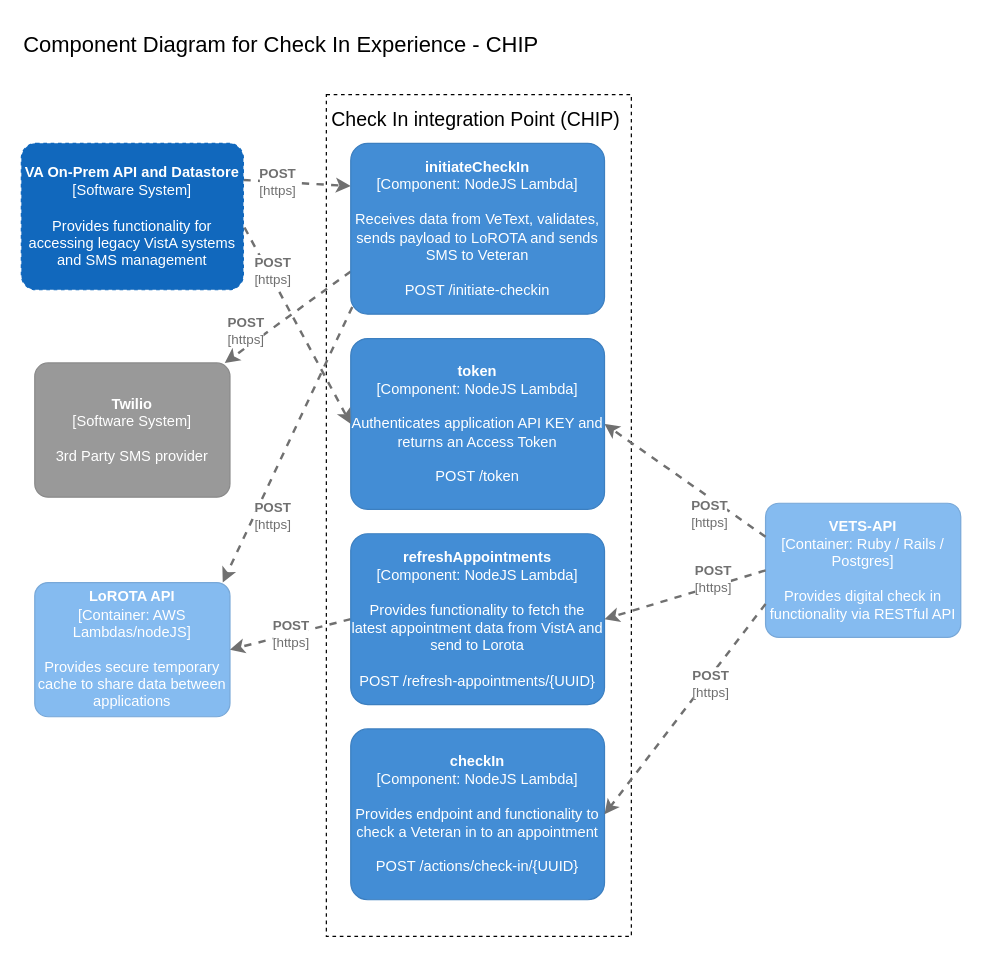
This is products/health-care/checkin/engineering/architecture-diagrams/componentDiagram_CHIP_checkInExp.drawio from department-of-veterans-affairs/va.gov-team, a draw.io file, before an edit. Source tidied: cells renumbered, new cells numbered last; positions are measured from the earlier drawing's top-left corner, leaving out a move shared by most shapes. Both pictures are drawn from the tidied source at 122%, with x=0, y=0 at pixel (21, 21).
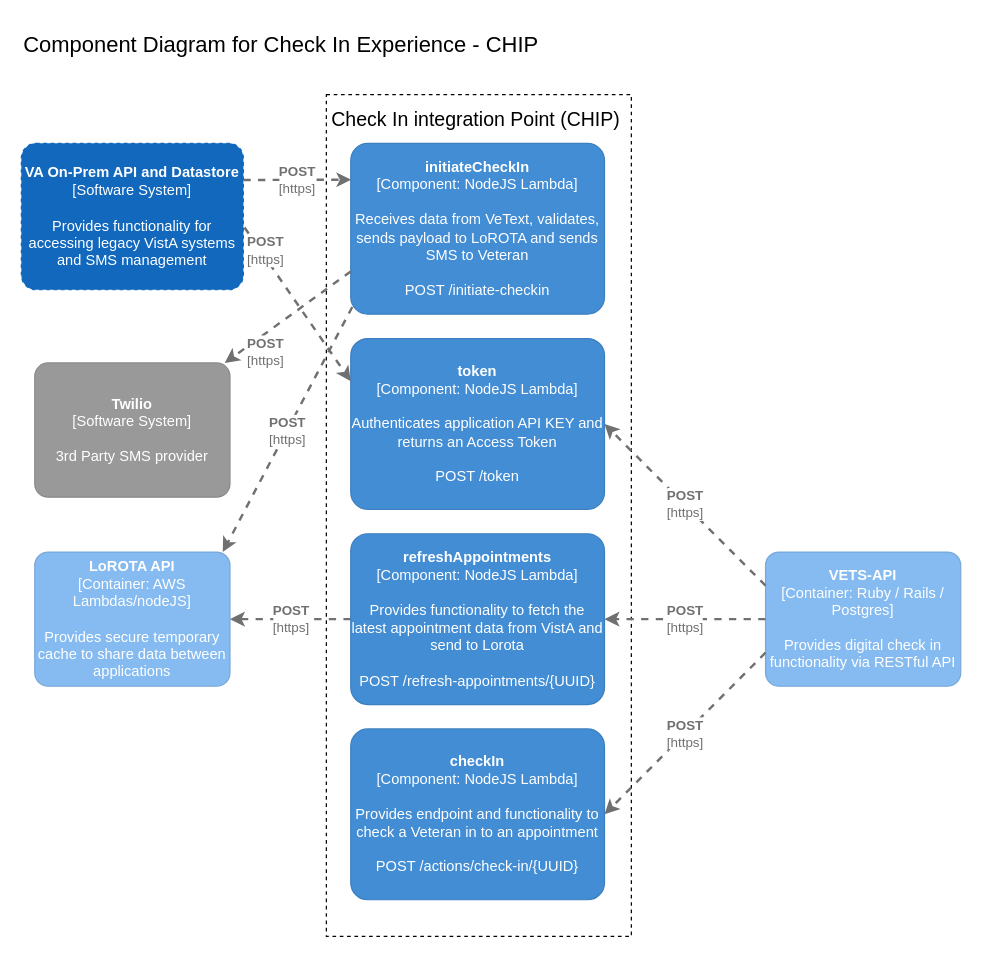
The same page after the edit.

Change to the diagram source:
```diff
@@
-    <mxCell id="1" parent="0" />
+    <mxCell id="21" parent="0" />
-    <mxCell id="2" style="rounded=0;whiteSpace=wrap;html=1;dashed=1;" parent="1" vertex="1">
+    <mxCell id="2" style="rounded=0;whiteSpace=wrap;html=1;dashed=1;" parent="21" vertex="1">
       <mxGeometry x="250" y="60" width="250" height="690" as="geometry" />
     </mxCell>
-    <mxCell id="3" value="&lt;font style=&quot;font-size: 18px&quot;&gt;Component Diagram for Check In Experience - CHIP&lt;/font&gt;" style="text;html=1;strokeColor=none;fillColor=none;align=left;verticalAlign=middle;whiteSpace=wrap;rounded=0;dashed=1;" parent="1" vertex="1">
+    <mxCell id="3" value="&lt;font style=&quot;font-size: 18px&quot;&gt;Component Diagram for Check In Experience - CHIP&lt;/font&gt;" style="text;html=1;strokeColor=none;fillColor=none;align=left;verticalAlign=middle;whiteSpace=wrap;rounded=0;dashed=1;" parent="21" vertex="1">
       <mxGeometry width="540" height="40" as="geometry" />
     </mxCell>
-    <mxCell id="4" value="Check In integration Point (CHIP)&amp;nbsp;" style="text;html=1;strokeColor=none;fillColor=none;align=center;verticalAlign=middle;whiteSpace=wrap;rounded=0;dashed=1;fontSize=16;" parent="1" vertex="1">
+    <mxCell id="4" value="Check In integration Point (CHIP)&amp;nbsp;" style="text;html=1;strokeColor=none;fillColor=none;align=center;verticalAlign=middle;whiteSpace=wrap;rounded=0;dashed=1;fontSize=16;" parent="21" vertex="1">
       <mxGeometry x="250" y="70" width="250.4" height="20" as="geometry" />
     </mxCell>
     <object id="5" label="&lt;b&gt;%c4Name%&lt;/b&gt;&lt;div&gt;[%c4Type%: %c4Technology%]&lt;/div&gt;&lt;br&gt;&lt;div&gt;%c4Description%&lt;/div&gt;" c4Description="Provides digital check in functionality via RESTful API" c4Name="VETS-API" c4Technology="Ruby / Rails / Postgres" c4Type="Container" placeholders="1">
-      <mxCell style="rounded=1;whiteSpace=wrap;html=1;labelBackgroundColor=none;fillColor=#85BBF0;fontColor=#ffffff;align=center;arcSize=10;strokeColor=#78A8D8;metaData={&quot;c4Type&quot;:{&quot;editable&quot;:false}};points=[[0.25,0,0],[0.5,0,0],[0.75,0,0],[1,0.25,0],[1,0.5,0],[1,0.75,0],[0.75,1,0],[0.5,1,0],[0.25,1,0],[0,0.75,0],[0,0.5,0],[0,0.25,0]];" parent="1" vertex="1">
-        <mxGeometry x="610" y="395" width="160" height="110" as="geometry" />
+      <mxCell style="rounded=1;whiteSpace=wrap;html=1;labelBackgroundColor=none;fillColor=#85BBF0;fontColor=#ffffff;align=center;arcSize=10;strokeColor=#78A8D8;metaData={&quot;c4Type&quot;:{&quot;editable&quot;:false}};points=[[0.25,0,0],[0.5,0,0],[0.75,0,0],[1,0.25,0],[1,0.5,0],[1,0.75,0],[0.75,1,0],[0.5,1,0],[0.25,1,0],[0,0.75,0],[0,0.5,0],[0,0.25,0]];" parent="21" vertex="1">
+        <mxGeometry x="610" y="435" width="160" height="110" as="geometry" />
       </mxCell>
     </object>
     <object id="6" label="&lt;b&gt;%c4Name%&lt;/b&gt;&lt;div&gt;[%c4Type%: %c4Technology%]&lt;/div&gt;&lt;br&gt;&lt;div&gt;%c4Description%&lt;/div&gt;" c4Description="Provides secure temporary cache to share data between applications" c4Name="LoROTA API" c4Technology="AWS Lambdas/nodeJS" c4Type="Container" placeholders="1">
-      <mxCell style="rounded=1;whiteSpace=wrap;html=1;labelBackgroundColor=none;fillColor=#85BBF0;fontColor=#ffffff;align=center;arcSize=10;strokeColor=#78A8D8;metaData={&quot;c4Type&quot;:{&quot;editable&quot;:false}};points=[[0.25,0,0],[0.5,0,0],[0.75,0,0],[1,0.25,0],[1,0.5,0],[1,0.75,0],[0.75,1,0],[0.5,1,0],[0.25,1,0],[0,0.75,0],[0,0.5,0],[0,0.25,0]];" parent="1" vertex="1">
-        <mxGeometry x="11" y="460" width="160" height="110" as="geometry" />
+      <mxCell style="rounded=1;whiteSpace=wrap;html=1;labelBackgroundColor=none;fillColor=#85BBF0;fontColor=#ffffff;align=center;arcSize=10;strokeColor=#78A8D8;metaData={&quot;c4Type&quot;:{&quot;editable&quot;:false}};points=[[0.25,0,0],[0.5,0,0],[0.75,0,0],[1,0.25,0],[1,0.5,0],[1,0.75,0],[0.75,1,0],[0.5,1,0],[0.25,1,0],[0,0.75,0],[0,0.5,0],[0,0.25,0]];" parent="21" vertex="1">
+        <mxGeometry x="11" y="435" width="160" height="110" as="geometry" />
       </mxCell>
     </object>
     <object id="7" label="&lt;div style=&quot;text-align: left&quot;&gt;&lt;div style=&quot;text-align: center&quot;&gt;&lt;b&gt;%c4Description%&lt;/b&gt;&lt;/div&gt;&lt;div style=&quot;text-align: center&quot;&gt;[%c4Technology%]&lt;/div&gt;&lt;/div&gt;" c4Description="POST" c4Technology="https" placeholders="1">
-      <mxCell style="edgeStyle=none;rounded=0;html=1;jettySize=auto;strokeColor=#707070;strokeWidth=2;fontColor=#707070;jumpStyle=none;dashed=1;metaData={&quot;c4Type&quot;:{&quot;editable&quot;:false}};exitX=0;exitY=0.25;exitDx=0;exitDy=0;exitPerimeter=0;entryX=1;entryY=0.5;entryDx=0;entryDy=0;entryPerimeter=0;" parent="1" edge="1" source="5" target="14">
-        <mxGeometry x="-0.4" y="11" relative="1" as="geometry" />
+      <mxCell style="edgeStyle=none;rounded=0;html=1;jettySize=auto;strokeColor=#707070;strokeWidth=2;fontColor=#707070;jumpStyle=none;dashed=1;metaData={&quot;c4Type&quot;:{&quot;editable&quot;:false}};exitX=0;exitY=0.25;exitDx=0;exitDy=0;exitPerimeter=0;entryX=1;entryY=0.5;entryDx=0;entryDy=0;entryPerimeter=0;" parent="21" edge="1" source="5" target="14">
+        <mxGeometry x="40" y="20" as="geometry" />
       </mxCell>
     </object>
     <object id="8" label="&lt;div style=&quot;text-align: left&quot;&gt;&lt;div style=&quot;text-align: center&quot;&gt;&lt;b&gt;%c4Description%&lt;/b&gt;&lt;/div&gt;&lt;div style=&quot;text-align: center&quot;&gt;[%c4Technology%]&lt;/div&gt;&lt;/div&gt;" c4Description="POST" c4Technology="https" placeholders="1">
-      <mxCell style="edgeStyle=none;rounded=0;html=1;entryX=1;entryY=0.5;jettySize=auto;strokeColor=#707070;strokeWidth=2;fontColor=#707070;jumpStyle=none;dashed=1;metaData={&quot;c4Type&quot;:{&quot;editable&quot;:false}};entryDx=0;entryDy=0;entryPerimeter=0;exitX=0;exitY=0.5;exitDx=0;exitDy=0;exitPerimeter=0;" parent="1" edge="1" source="13" target="6">
-        <mxGeometry relative="1" as="geometry" />
+      <mxCell style="edgeStyle=none;rounded=0;html=1;entryX=1;entryY=0.5;jettySize=auto;strokeColor=#707070;strokeWidth=2;fontColor=#707070;jumpStyle=none;dashed=1;metaData={&quot;c4Type&quot;:{&quot;editable&quot;:false}};entryDx=0;entryDy=0;entryPerimeter=0;exitX=0;exitY=0.5;exitDx=0;exitDy=0;exitPerimeter=0;" parent="21" edge="1" source="13" target="6">
+        <mxGeometry x="40" y="20" as="geometry" />
       </mxCell>
     </object>
+    <object id="10" label="&lt;b&gt;%c4Name%&lt;/b&gt;&lt;div&gt;[%c4Type%]&lt;/div&gt;&lt;br&gt;&lt;div&gt;%c4Description%&lt;/div&gt;" c4Description="3rd Party SMS provider" c4Name="Twilio" c4Type="Software System" placeholders="1">
+      <mxCell style="rounded=1;whiteSpace=wrap;html=1;labelBackgroundColor=none;fillColor=#999999;fontColor=#ffffff;align=center;arcSize=10;strokeColor=#8A8A8A;metaData={&quot;c4Type&quot;:{&quot;editable&quot;:false}};points=[[0.25,0,0],[0.5,0,0],[0.75,0,0],[1,0.25,0],[1,0.5,0],[1,0.75,0],[0.75,1,0],[0.5,1,0],[0.25,1,0],[0,0.75,0],[0,0.5,0],[0,0.25,0]];" parent="21" vertex="1">
+        <mxGeometry x="11" y="280" width="160" height="110" as="geometry" />
+      </mxCell>
+    </object>
+    <object id="12" label="&lt;b&gt;%c4Name%&lt;/b&gt;&lt;div&gt;[%c4Type%: %c4Technology%]&lt;/div&gt;&lt;br&gt;&lt;div&gt;%c4Description%&lt;/div&gt;" c4Description="Receives data from VeText, validates, sends payload to LoROTA and sends SMS to Veteran&#10;&#10;POST /initiate-checkin" c4Name="initiateCheckIn" c4Technology="NodeJS Lambda" c4Type="Component" placeholders="1">
+      <mxCell style="rounded=1;whiteSpace=wrap;html=1;labelBackgroundColor=none;fillColor=#438DD5;fontColor=#ffffff;align=center;arcSize=10;strokeColor=#3C7FC0;metaData={&quot;c4Type&quot;:{&quot;editable&quot;:false}};points=[[0.25,0,0],[0.5,0,0],[0.75,0,0],[1,0.25,0],[1,0.5,0],[1,0.75,0],[0.75,1,0],[0.5,1,0],[0.25,1,0],[0,0.75,0],[0,0.5,0],[0,0.25,0]];" parent="21" vertex="1">
+        <mxGeometry x="270" y="100" width="208" height="140" as="geometry" />
+      </mxCell>
+    </object>
     <object id="9" label="&lt;div style=&quot;text-align: left&quot;&gt;&lt;div style=&quot;text-align: center&quot;&gt;&lt;b&gt;%c4Description%&lt;/b&gt;&lt;/div&gt;&lt;div style=&quot;text-align: center&quot;&gt;[%c4Technology%]&lt;/div&gt;&lt;/div&gt;" c4Description="POST" c4Technology="https" placeholders="1">
-      <mxCell style="edgeStyle=none;rounded=0;html=1;jettySize=auto;strokeColor=#707070;strokeWidth=2;fontColor=#707070;jumpStyle=none;dashed=1;metaData={&quot;c4Type&quot;:{&quot;editable&quot;:false}};exitX=0;exitY=0.75;exitDx=0;exitDy=0;exitPerimeter=0;" parent="1" edge="1" source="12" target="10">
-        <mxGeometry x="0.53" y="-11" relative="1" as="geometry" />
+      <mxCell style="edgeStyle=none;rounded=0;html=1;jettySize=auto;strokeColor=#707070;strokeWidth=2;fontColor=#707070;jumpStyle=none;dashed=1;metaData={&quot;c4Type&quot;:{&quot;editable&quot;:false}};exitX=0;exitY=0.75;exitDx=0;exitDy=0;exitPerimeter=0;" parent="21" edge="1" source="12" target="10">
+        <mxGeometry as="geometry">
+          <mxPoint x="-18" y="28" as="offset" />
+        </mxGeometry>
       </mxCell>
     </object>
-    <object id="10" label="&lt;b&gt;%c4Name%&lt;/b&gt;&lt;div&gt;[%c4Type%]&lt;/div&gt;&lt;br&gt;&lt;div&gt;%c4Description%&lt;/div&gt;" c4Description="3rd Party SMS provider" c4Name="Twilio" c4Type="Software System" placeholders="1">
-      <mxCell style="rounded=1;whiteSpace=wrap;html=1;labelBackgroundColor=none;fillColor=#999999;fontColor=#ffffff;align=center;arcSize=10;strokeColor=#8A8A8A;metaData={&quot;c4Type&quot;:{&quot;editable&quot;:false}};points=[[0.25,0,0],[0.5,0,0],[0.75,0,0],[1,0.25,0],[1,0.5,0],[1,0.75,0],[0.75,1,0],[0.5,1,0],[0.25,1,0],[0,0.75,0],[0,0.5,0],[0,0.25,0]];" parent="1" vertex="1">
-        <mxGeometry x="11" y="280" width="160" height="110" as="geometry" />
-      </mxCell>
-    </object>
-    <object id="11" label="&lt;div style=&quot;text-align: left&quot;&gt;&lt;div style=&quot;text-align: center&quot;&gt;&lt;b&gt;%c4Description%&lt;/b&gt;&lt;/div&gt;&lt;div style=&quot;text-align: center&quot;&gt;[%c4Technology%]&lt;/div&gt;&lt;/div&gt;" c4Description="POST" c4Technology="https" placeholders="1">
-      <mxCell style="edgeStyle=none;rounded=0;html=1;jettySize=auto;strokeColor=#707070;strokeWidth=2;fontColor=#707070;jumpStyle=none;dashed=1;metaData={&quot;c4Type&quot;:{&quot;editable&quot;:false}};exitX=1;exitY=0.25;exitDx=0;exitDy=0;exitPerimeter=0;entryX=0;entryY=0.25;entryDx=0;entryDy=0;entryPerimeter=0;" parent="1" edge="1" source="16" target="12">
-        <mxGeometry x="-0.36" relative="1" as="geometry" />
-      </mxCell>
-    </object>
-    <object id="12" label="&lt;b&gt;%c4Name%&lt;/b&gt;&lt;div&gt;[%c4Type%: %c4Technology%]&lt;/div&gt;&lt;br&gt;&lt;div&gt;%c4Description%&lt;/div&gt;" c4Description="Receives data from VeText, validates, sends payload to LoROTA and sends SMS to Veteran&#10;&#10;POST /initiate-checkin" c4Name="initiateCheckIn" c4Technology="NodeJS Lambda" c4Type="Component" placeholders="1">
-      <mxCell style="rounded=1;whiteSpace=wrap;html=1;labelBackgroundColor=none;fillColor=#438DD5;fontColor=#ffffff;align=center;arcSize=10;strokeColor=#3C7FC0;metaData={&quot;c4Type&quot;:{&quot;editable&quot;:false}};points=[[0.25,0,0],[0.5,0,0],[0.75,0,0],[1,0.25,0],[1,0.5,0],[1,0.75,0],[0.75,1,0],[0.5,1,0],[0.25,1,0],[0,0.75,0],[0,0.5,0],[0,0.25,0]];" parent="1" vertex="1">
-        <mxGeometry x="270" y="100" width="208" height="140" as="geometry" />
-      </mxCell>
-    </object>
     <object id="13" label="&lt;b&gt;%c4Name%&lt;/b&gt;&lt;div&gt;[%c4Type%: %c4Technology%]&lt;/div&gt;&lt;br&gt;&lt;div&gt;%c4Description%&lt;/div&gt;" c4Description="Provides functionality to fetch the latest appointment data from VistA and send to Lorota&#10;&#10;POST /refresh-appointments/{UUID}" c4Name="refreshAppointments" c4Technology="NodeJS Lambda" c4Type="Component" placeholders="1">
-      <mxCell style="rounded=1;whiteSpace=wrap;html=1;labelBackgroundColor=none;fillColor=#438DD5;fontColor=#ffffff;align=center;arcSize=10;strokeColor=#3C7FC0;metaData={&quot;c4Type&quot;:{&quot;editable&quot;:false}};points=[[0.25,0,0],[0.5,0,0],[0.75,0,0],[1,0.25,0],[1,0.5,0],[1,0.75,0],[0.75,1,0],[0.5,1,0],[0.25,1,0],[0,0.75,0],[0,0.5,0],[0,0.25,0]];" parent="1" vertex="1">
+      <mxCell style="rounded=1;whiteSpace=wrap;html=1;labelBackgroundColor=none;fillColor=#438DD5;fontColor=#ffffff;align=center;arcSize=10;strokeColor=#3C7FC0;metaData={&quot;c4Type&quot;:{&quot;editable&quot;:false}};points=[[0.25,0,0],[0.5,0,0],[0.75,0,0],[1,0.25,0],[1,0.5,0],[1,0.75,0],[0.75,1,0],[0.5,1,0],[0.25,1,0],[0,0.75,0],[0,0.5,0],[0,0.25,0]];" parent="21" vertex="1">
         <mxGeometry x="270" y="420" width="208" height="140" as="geometry" />
       </mxCell>
     </object>
     <object id="14" label="&lt;b&gt;%c4Name%&lt;/b&gt;&lt;div&gt;[%c4Type%: %c4Technology%]&lt;/div&gt;&lt;br&gt;&lt;div&gt;%c4Description%&lt;/div&gt;" c4Description="Authenticates application API KEY and returns an Access Token&#10;&#10;POST /token " c4Name="token" c4Technology="NodeJS Lambda" c4Type="Component" placeholders="1">
-      <mxCell style="rounded=1;whiteSpace=wrap;html=1;labelBackgroundColor=none;fillColor=#438DD5;fontColor=#ffffff;align=center;arcSize=10;strokeColor=#3C7FC0;metaData={&quot;c4Type&quot;:{&quot;editable&quot;:false}};points=[[0.25,0,0],[0.5,0,0],[0.75,0,0],[1,0.25,0],[1,0.5,0],[1,0.75,0],[0.75,1,0],[0.5,1,0],[0.25,1,0],[0,0.75,0],[0,0.5,0],[0,0.25,0]];" parent="1" vertex="1">
+      <mxCell style="rounded=1;whiteSpace=wrap;html=1;labelBackgroundColor=none;fillColor=#438DD5;fontColor=#ffffff;align=center;arcSize=10;strokeColor=#3C7FC0;metaData={&quot;c4Type&quot;:{&quot;editable&quot;:false}};points=[[0.25,0,0],[0.5,0,0],[0.75,0,0],[1,0.25,0],[1,0.5,0],[1,0.75,0],[0.75,1,0],[0.5,1,0],[0.25,1,0],[0,0.75,0],[0,0.5,0],[0,0.25,0]];" parent="21" vertex="1">
         <mxGeometry x="270" y="260" width="208" height="140" as="geometry" />
       </mxCell>
     </object>
     <object id="15" label="&lt;b&gt;%c4Name%&lt;/b&gt;&lt;div&gt;[%c4Type%: %c4Technology%]&lt;/div&gt;&lt;br&gt;&lt;div&gt;%c4Description%&lt;/div&gt;" c4Description="Provides endpoint and functionality to check a Veteran in to an appointment&#10;&#10;POST /actions/check-in/{UUID}" c4Name="checkIn" c4Technology="NodeJS Lambda" c4Type="Component" placeholders="1">
-      <mxCell style="rounded=1;whiteSpace=wrap;html=1;labelBackgroundColor=none;fillColor=#438DD5;fontColor=#ffffff;align=center;arcSize=10;strokeColor=#3C7FC0;metaData={&quot;c4Type&quot;:{&quot;editable&quot;:false}};points=[[0.25,0,0],[0.5,0,0],[0.75,0,0],[1,0.25,0],[1,0.5,0],[1,0.75,0],[0.75,1,0],[0.5,1,0],[0.25,1,0],[0,0.75,0],[0,0.5,0],[0,0.25,0]];" parent="1" vertex="1">
+      <mxCell style="rounded=1;whiteSpace=wrap;html=1;labelBackgroundColor=none;fillColor=#438DD5;fontColor=#ffffff;align=center;arcSize=10;strokeColor=#3C7FC0;metaData={&quot;c4Type&quot;:{&quot;editable&quot;:false}};points=[[0.25,0,0],[0.5,0,0],[0.75,0,0],[1,0.25,0],[1,0.5,0],[1,0.75,0],[0.75,1,0],[0.5,1,0],[0.25,1,0],[0,0.75,0],[0,0.5,0],[0,0.25,0]];" parent="21" vertex="1">
         <mxGeometry x="270" y="580" width="208" height="140" as="geometry" />
       </mxCell>
     </object>
     <object id="16" label="&lt;b&gt;%c4Name%&lt;/b&gt;&lt;div&gt;[%c4Type%]&lt;/div&gt;&lt;br&gt;&lt;div&gt;%c4Description%&lt;/div&gt;" c4Description="Provides functionality for accessing legacy VistA systems and SMS management" c4Name="VA On-Prem API and Datastore" c4Type="Software System" placeholders="1">
-      <mxCell style="rounded=1;whiteSpace=wrap;html=1;labelBackgroundColor=none;fillColor=#1168BD;fontColor=#ffffff;align=center;arcSize=10;strokeColor=#1168BD;metaData={&quot;c4Type&quot;:{&quot;editable&quot;:false}};points=[[0.25,0,0],[0.5,0,0],[0.75,0,0],[1,0.25,0],[1,0.5,0],[1,0.75,0],[0.75,1,0],[0.5,1,0],[0.25,1,0],[0,0.75,0],[0,0.5,0],[0,0.25,0]];dashed=1;" parent="1" vertex="1">
+      <mxCell style="rounded=1;whiteSpace=wrap;html=1;labelBackgroundColor=none;fillColor=#1168BD;fontColor=#ffffff;align=center;arcSize=10;strokeColor=#1168BD;metaData={&quot;c4Type&quot;:{&quot;editable&quot;:false}};points=[[0.25,0,0],[0.5,0,0],[0.75,0,0],[1,0.25,0],[1,0.5,0],[1,0.75,0],[0.75,1,0],[0.5,1,0],[0.25,1,0],[0,0.75,0],[0,0.5,0],[0,0.25,0]];dashed=1;" parent="21" vertex="1">
         <mxGeometry y="100" width="182" height="120" as="geometry" />
       </mxCell>
     </object>
     <object id="17" label="&lt;div style=&quot;text-align: left&quot;&gt;&lt;div style=&quot;text-align: center&quot;&gt;&lt;b&gt;%c4Description%&lt;/b&gt;&lt;/div&gt;&lt;div style=&quot;text-align: center&quot;&gt;[%c4Technology%]&lt;/div&gt;&lt;/div&gt;" c4Description="POST" c4Technology="https" placeholders="1">
-      <mxCell style="edgeStyle=none;rounded=0;html=1;jettySize=auto;strokeColor=#707070;strokeWidth=2;fontColor=#707070;jumpStyle=none;dashed=1;metaData={&quot;c4Type&quot;:{&quot;editable&quot;:false}};exitX=1.005;exitY=0.575;exitDx=0;exitDy=0;exitPerimeter=0;entryX=0;entryY=0.5;entryDx=0;entryDy=0;entryPerimeter=0;" parent="1" edge="1" source="16" target="14">
-        <mxGeometry x="-0.54" y="3" relative="1" as="geometry" />
+      <mxCell style="edgeStyle=none;rounded=0;html=1;jettySize=auto;strokeColor=#707070;strokeWidth=2;fontColor=#707070;jumpStyle=none;dashed=1;metaData={&quot;c4Type&quot;:{&quot;editable&quot;:false}};exitX=1.005;exitY=0.575;exitDx=0;exitDy=0;exitPerimeter=0;entryX=0;entryY=0.25;entryDx=0;entryDy=0;entryPerimeter=0;" parent="21" edge="1" source="16" target="14">
+        <mxGeometry as="geometry">
+          <mxPoint x="-26" y="-44" as="offset" />
+        </mxGeometry>
       </mxCell>
     </object>
     <object id="18" label="&lt;div style=&quot;text-align: left&quot;&gt;&lt;div style=&quot;text-align: center&quot;&gt;&lt;b&gt;%c4Description%&lt;/b&gt;&lt;/div&gt;&lt;div style=&quot;text-align: center&quot;&gt;[%c4Technology%]&lt;/div&gt;&lt;/div&gt;" c4Description="POST" c4Technology="https" placeholders="1">
-      <mxCell style="edgeStyle=none;rounded=0;html=1;entryX=0.963;entryY=0;jettySize=auto;strokeColor=#707070;strokeWidth=2;fontColor=#707070;jumpStyle=none;dashed=1;metaData={&quot;c4Type&quot;:{&quot;editable&quot;:false}};exitX=0.006;exitY=0.958;exitDx=0;exitDy=0;exitPerimeter=0;entryDx=0;entryDy=0;entryPerimeter=0;" parent="1" edge="1" source="12" target="6">
-        <mxGeometry x="0.46" y="14" relative="1" as="geometry">
+      <mxCell style="edgeStyle=none;rounded=0;html=1;entryX=0.963;entryY=0;jettySize=auto;strokeColor=#707070;strokeWidth=2;fontColor=#707070;jumpStyle=none;dashed=1;metaData={&quot;c4Type&quot;:{&quot;editable&quot;:false}};exitX=0.006;exitY=0.958;exitDx=0;exitDy=0;exitPerimeter=0;entryDx=0;entryDy=0;entryPerimeter=0;" parent="21" edge="1" source="12" target="6">
+        <mxGeometry x="40" y="20" as="geometry">
           <mxPoint y="1" as="offset" />
         </mxGeometry>
       </mxCell>
     </object>
     <object id="19" label="&lt;div style=&quot;text-align: left&quot;&gt;&lt;div style=&quot;text-align: center&quot;&gt;&lt;b&gt;%c4Description%&lt;/b&gt;&lt;/div&gt;&lt;div style=&quot;text-align: center&quot;&gt;[%c4Technology%]&lt;/div&gt;&lt;/div&gt;" c4Description="POST" c4Technology="https" placeholders="1">
-      <mxCell style="edgeStyle=none;rounded=0;html=1;entryX=1;entryY=0.5;jettySize=auto;strokeColor=#707070;strokeWidth=2;fontColor=#707070;jumpStyle=none;dashed=1;metaData={&quot;c4Type&quot;:{&quot;editable&quot;:false}};exitX=0;exitY=0.5;exitDx=0;exitDy=0;exitPerimeter=0;entryDx=0;entryDy=0;entryPerimeter=0;" parent="1" edge="1" source="5" target="13">
-        <mxGeometry x="-0.37" y="-6" relative="1" as="geometry" />
+      <mxCell style="edgeStyle=none;rounded=0;html=1;entryX=1;entryY=0.5;jettySize=auto;strokeColor=#707070;strokeWidth=2;fontColor=#707070;jumpStyle=none;dashed=1;metaData={&quot;c4Type&quot;:{&quot;editable&quot;:false}};exitX=0;exitY=0.5;exitDx=0;exitDy=0;exitPerimeter=0;entryDx=0;entryDy=0;entryPerimeter=0;" parent="21" edge="1" source="5" target="13">
+        <mxGeometry x="40" y="20" as="geometry" />
       </mxCell>
     </object>
+    <object id="11" label="&lt;div style=&quot;text-align: left&quot;&gt;&lt;div style=&quot;text-align: center&quot;&gt;&lt;b&gt;%c4Description%&lt;/b&gt;&lt;/div&gt;&lt;div style=&quot;text-align: center&quot;&gt;[%c4Technology%]&lt;/div&gt;&lt;/div&gt;" c4Description="POST" c4Technology="https" placeholders="1">
+      <mxCell style="edgeStyle=none;rounded=0;html=1;jettySize=auto;strokeColor=#707070;strokeWidth=2;fontColor=#707070;jumpStyle=none;dashed=1;metaData={&quot;c4Type&quot;:{&quot;editable&quot;:false}};exitX=1;exitY=0.25;exitDx=0;exitDy=0;exitPerimeter=0;entryX=0.002;entryY=0.213;entryDx=0;entryDy=0;entryPerimeter=0;" parent="21" edge="1" source="16" target="12">
+        <mxGeometry x="40" y="20" as="geometry" />
+      </mxCell>
+    </object>
     <object id="20" label="&lt;div style=&quot;text-align: left&quot;&gt;&lt;div style=&quot;text-align: center&quot;&gt;&lt;b&gt;%c4Description%&lt;/b&gt;&lt;/div&gt;&lt;div style=&quot;text-align: center&quot;&gt;[%c4Technology%]&lt;/div&gt;&lt;/div&gt;" c4Description="POST" c4Technology="https" placeholders="1">
-      <mxCell style="edgeStyle=none;rounded=0;html=1;entryX=1;entryY=0.5;jettySize=auto;strokeColor=#707070;strokeWidth=2;fontColor=#707070;jumpStyle=none;dashed=1;metaData={&quot;c4Type&quot;:{&quot;editable&quot;:false}};exitX=0;exitY=0.75;exitDx=0;exitDy=0;exitPerimeter=0;entryDx=0;entryDy=0;entryPerimeter=0;" parent="1" edge="1" source="5" target="15">
-        <mxGeometry x="-0.26" y="4" relative="1" as="geometry" />
+      <mxCell style="edgeStyle=none;rounded=0;html=1;entryX=1;entryY=0.5;jettySize=auto;strokeColor=#707070;strokeWidth=2;fontColor=#707070;jumpStyle=none;dashed=1;metaData={&quot;c4Type&quot;:{&quot;editable&quot;:false}};exitX=0;exitY=0.75;exitDx=0;exitDy=0;exitPerimeter=0;entryDx=0;entryDy=0;entryPerimeter=0;" parent="21" edge="1" source="5" target="15">
+        <mxGeometry x="40" y="20" as="geometry" />
       </mxCell>
     </object>
+    <mxCell id="1" parent="0" />
```
